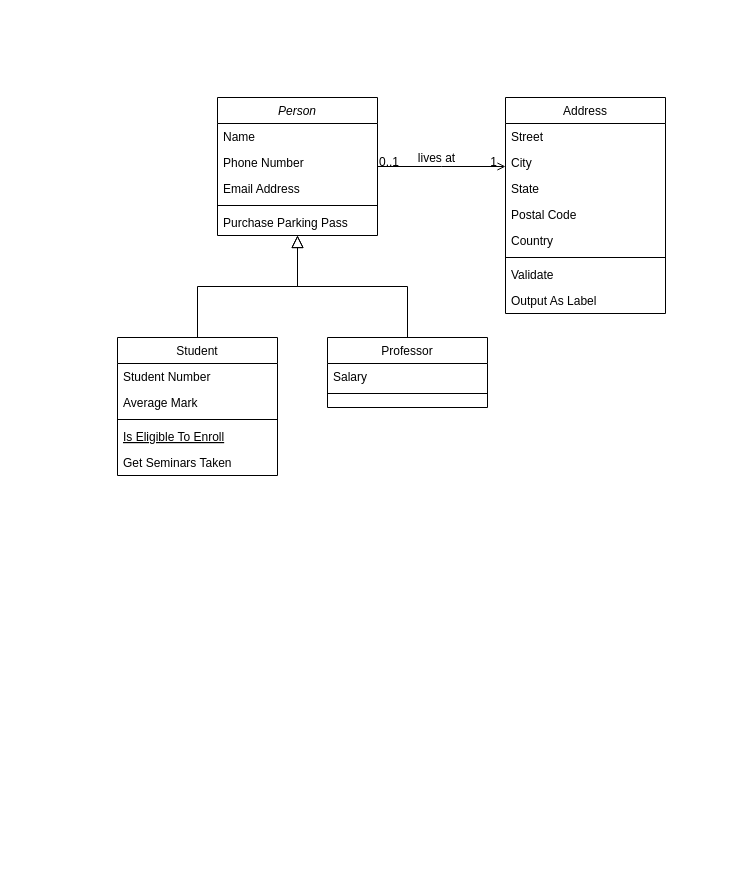
Before: data_model.drawio in xpanvictor/eRoom, a draw.io diagram. Source tidied: cells renumbered, new cells numbered last; positions are measured from the earlier drawing's top-left corner, leaving out a move shared by most shapes. Both pictures are drawn from the tidied source at 100%, with x=0, y=0 at pixel (117, 97).
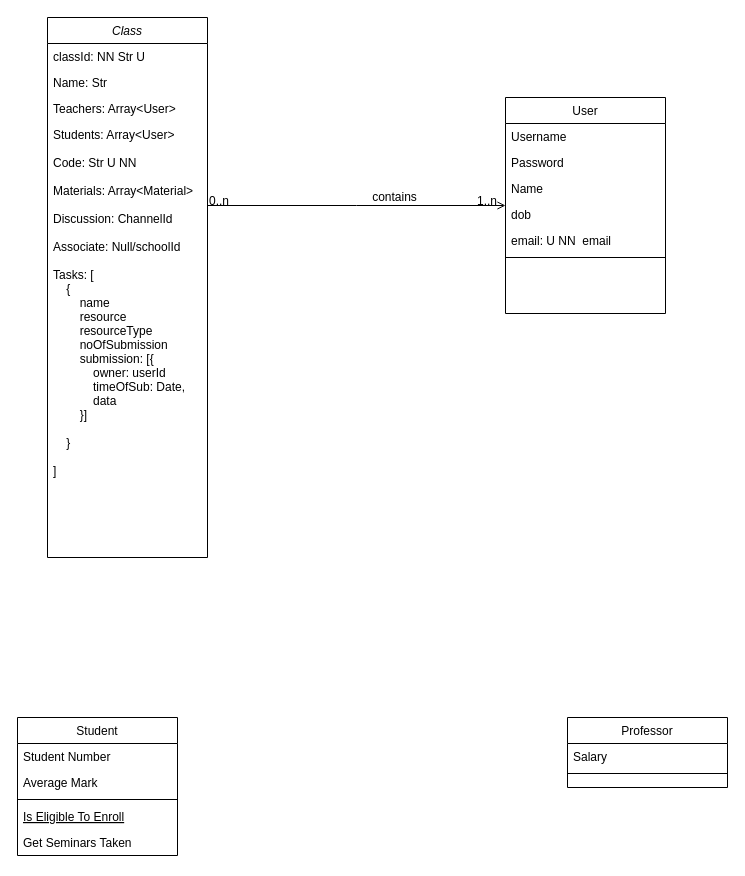
Above is the later version.

Unchanged cells that the change refers to:
```xml
<mxCell id="28" style="endArrow=open;shadow=0;strokeWidth=1;rounded=0;endFill=1;edgeStyle=elbowEdgeStyle;elbow=vertical;" parent="1" edge="1" source="2" target="19">
  <mxGeometry x="0.5" y="41" relative="1" as="geometry">
    <mxPoint x="-40" y="32" as="offset" />
  </mxGeometry>
</mxCell>
```

The edit, as a diff of the source:
```diff
@@
-    <mxCell id="2" value="Person" style="swimlane;fontStyle=2;align=center;verticalAlign=top;horizontal=1;startSize=26;rounded=0;shadow=0;strokeWidth=1;" parent="1" vertex="1">
-      <mxGeometry x="100" width="160" height="138" as="geometry" />
+    <mxCell id="2" value="Class&#10;" style="swimlane;fontStyle=2;align=center;verticalAlign=top;horizontal=1;startSize=26;rounded=0;shadow=0;strokeWidth=1;" parent="1" vertex="1">
+      <mxGeometry x="-70" y="-80" width="160" height="540" as="geometry" />
     </mxCell>
-    <mxCell id="3" value="Name" style="text;align=left;verticalAlign=top;spacingLeft=4;spacingRight=4;overflow=hidden;" parent="2" vertex="1">
+    <mxCell id="3" value="classId: NN Str U" style="text;align=left;verticalAlign=top;spacingLeft=4;spacingRight=4;overflow=hidden;" parent="2" vertex="1">
       <mxGeometry y="26" width="160" height="26" as="geometry" />
     </mxCell>
-    <mxCell id="4" value="Phone Number" style="text;align=left;verticalAlign=top;spacingLeft=4;spacingRight=4;overflow=hidden;rounded=0;shadow=0;html=0;" parent="2" vertex="1">
+    <mxCell id="4" value="Name: Str" style="text;align=left;verticalAlign=top;spacingLeft=4;spacingRight=4;overflow=hidden;rounded=0;shadow=0;html=0;" parent="2" vertex="1">
       <mxGeometry y="52" width="160" height="26" as="geometry" />
     </mxCell>
-    <mxCell id="5" value="Email Address" style="text;align=left;verticalAlign=top;spacingLeft=4;spacingRight=4;overflow=hidden;rounded=0;shadow=0;html=0;" parent="2" vertex="1">
+    <mxCell id="5" value="Teachers: Array&lt;User&gt;" style="text;align=left;verticalAlign=top;spacingLeft=4;spacingRight=4;overflow=hidden;rounded=0;shadow=0;html=0;" parent="2" vertex="1">
       <mxGeometry y="78" width="160" height="26" as="geometry" />
     </mxCell>
-    <mxCell id="6" style="line;html=1;strokeWidth=1;align=left;verticalAlign=middle;spacingTop=-1;spacingLeft=3;spacingRight=3;labelPosition=right;" parent="2" vertex="1">
-      <mxGeometry y="104" width="160" height="8" as="geometry" />
-    </mxCell>
-    <mxCell id="7" value="Purchase Parking Pass" style="text;align=left;verticalAlign=top;spacingLeft=4;spacingRight=4;overflow=hidden;" parent="2" vertex="1">
-      <mxGeometry y="112" width="160" height="26" as="geometry" />
+    <mxCell id="7" value="Students: Array&lt;User&gt;&#10;&#10;Code: Str U NN&#10;&#10;Materials: Array&lt;Material&gt;&#10;&#10;Discussion: ChannelId&#10;&#10;Associate: Null/schoolId&#10;&#10;Tasks: [&#10;    {&#10;        name&#10;        resource&#10;        resourceType&#10;        noOfSubmission&#10;        submission: [{&#10;            owner: userId&#10;            timeOfSub: Date,&#10;            data&#10;        }]&#10;&#10;    }&#10;&#10;]&#10;" style="text;align=left;verticalAlign=top;spacingLeft=4;spacingRight=4;overflow=hidden;" parent="2" vertex="1">
+      <mxGeometry y="104" width="160" height="436" as="geometry" />
     </mxCell>
     <mxCell id="8" value="Student" style="swimlane;fontStyle=0;align=center;verticalAlign=top;horizontal=1;startSize=26;rounded=0;shadow=0;strokeWidth=1;" parent="1" vertex="1">
-      <mxGeometry y="240" width="160" height="138" as="geometry" />
+      <mxGeometry x="-100" y="620" width="160" height="138" as="geometry" />
     </mxCell>
@@
-    <mxCell id="14" style="endArrow=block;endSize=10;endFill=0;shadow=0;strokeWidth=1;rounded=0;edgeStyle=elbowEdgeStyle;elbow=vertical;" parent="1" edge="1" source="8" target="2">
-      <mxGeometry relative="1" as="geometry" />
-    </mxCell>
     <mxCell id="15" value="Professor" style="swimlane;fontStyle=0;align=center;verticalAlign=top;horizontal=1;startSize=26;rounded=0;shadow=0;strokeWidth=1;" parent="1" vertex="1">
-      <mxGeometry x="210" y="240" width="160" height="70" as="geometry" />
+      <mxGeometry x="450" y="620" width="160" height="70" as="geometry" />
     </mxCell>
@@
-    <mxCell id="18" style="endArrow=block;endSize=10;endFill=0;shadow=0;strokeWidth=1;rounded=0;edgeStyle=elbowEdgeStyle;elbow=vertical;" parent="1" edge="1" source="15" target="2">
-      <mxGeometry relative="1" as="geometry" />
-    </mxCell>
-    <mxCell id="19" value="Address" style="swimlane;fontStyle=0;align=center;verticalAlign=top;horizontal=1;startSize=26;rounded=0;shadow=0;strokeWidth=1;" parent="1" vertex="1">
+    <mxCell id="19" value="User" style="swimlane;fontStyle=0;align=center;verticalAlign=top;horizontal=1;startSize=26;rounded=0;shadow=0;strokeWidth=1;" parent="1" vertex="1">
       <mxGeometry x="388" width="160" height="216" as="geometry" />
     </mxCell>
-    <mxCell id="20" value="Street" style="text;align=left;verticalAlign=top;spacingLeft=4;spacingRight=4;overflow=hidden;" parent="19" vertex="1">
+    <mxCell id="20" value="Username" style="text;align=left;verticalAlign=top;spacingLeft=4;spacingRight=4;overflow=hidden;" parent="19" vertex="1">
       <mxGeometry y="26" width="160" height="26" as="geometry" />
     </mxCell>
-    <mxCell id="21" value="City" style="text;align=left;verticalAlign=top;spacingLeft=4;spacingRight=4;overflow=hidden;rounded=0;shadow=0;html=0;" parent="19" vertex="1">
+    <mxCell id="21" value="Password" style="text;align=left;verticalAlign=top;spacingLeft=4;spacingRight=4;overflow=hidden;rounded=0;shadow=0;html=0;" parent="19" vertex="1">
       <mxGeometry y="52" width="160" height="26" as="geometry" />
     </mxCell>
-    <mxCell id="22" value="State" style="text;align=left;verticalAlign=top;spacingLeft=4;spacingRight=4;overflow=hidden;rounded=0;shadow=0;html=0;" parent="19" vertex="1">
+    <mxCell id="22" value="Name" style="text;align=left;verticalAlign=top;spacingLeft=4;spacingRight=4;overflow=hidden;rounded=0;shadow=0;html=0;" parent="19" vertex="1">
       <mxGeometry y="78" width="160" height="26" as="geometry" />
     </mxCell>
-    <mxCell id="23" value="Postal Code" style="text;align=left;verticalAlign=top;spacingLeft=4;spacingRight=4;overflow=hidden;rounded=0;shadow=0;html=0;" parent="19" vertex="1">
+    <mxCell id="23" value="dob" style="text;align=left;verticalAlign=top;spacingLeft=4;spacingRight=4;overflow=hidden;rounded=0;shadow=0;html=0;" parent="19" vertex="1">
       <mxGeometry y="104" width="160" height="26" as="geometry" />
     </mxCell>
-    <mxCell id="24" value="Country" style="text;align=left;verticalAlign=top;spacingLeft=4;spacingRight=4;overflow=hidden;rounded=0;shadow=0;html=0;" parent="19" vertex="1">
+    <mxCell id="24" value="email: U NN  email" style="text;align=left;verticalAlign=top;spacingLeft=4;spacingRight=4;overflow=hidden;rounded=0;shadow=0;html=0;" parent="19" vertex="1">
       <mxGeometry y="130" width="160" height="26" as="geometry" />
     </mxCell>
@@
-    <mxCell id="26" value="Validate" style="text;align=left;verticalAlign=top;spacingLeft=4;spacingRight=4;overflow=hidden;" parent="19" vertex="1">
-      <mxGeometry y="164" width="160" height="26" as="geometry" />
-    </mxCell>
-    <mxCell id="27" value="Output As Label" style="text;align=left;verticalAlign=top;spacingLeft=4;spacingRight=4;overflow=hidden;" parent="19" vertex="1">
-      <mxGeometry y="190" width="160" height="26" as="geometry" />
-    </mxCell>
@@
-    <mxCell id="29" value="0..1" style="align=left;verticalAlign=bottom;labelBackgroundColor=none;fontSize=12;" parent="28" vertex="1">
+    <mxCell id="29" value="0..n" style="align=left;verticalAlign=bottom;labelBackgroundColor=none;fontSize=12;" parent="28" vertex="1">
       <mxGeometry x="-1" relative="1" as="geometry">
         <mxPoint y="4" as="offset" />
       </mxGeometry>
     </mxCell>
-    <mxCell id="30" value="1" style="align=right;verticalAlign=bottom;labelBackgroundColor=none;fontSize=12;" parent="28" vertex="1">
+    <mxCell id="30" value="1..n" style="align=right;verticalAlign=bottom;labelBackgroundColor=none;fontSize=12;" parent="28" vertex="1">
       <mxGeometry x="1" relative="1" as="geometry">
         <mxPoint x="-7" y="4" as="offset" />
       </mxGeometry>
     </mxCell>
-    <mxCell id="31" value="lives at" style="text;html=1;align=center;verticalAlign=middle;labelBackgroundColor=none;rounded=0;shadow=0;strokeWidth=1;fontSize=12;" parent="28" vertex="1">
+    <mxCell id="31" value="contains" style="text;html=1;align=center;verticalAlign=middle;labelBackgroundColor=none;rounded=0;shadow=0;strokeWidth=1;fontSize=12;" parent="28" vertex="1">
       <mxGeometry x="0.5" y="49" relative="1" as="geometry">
         <mxPoint x="-38" y="40" as="offset" />
       </mxGeometry>
     </mxCell>
```
